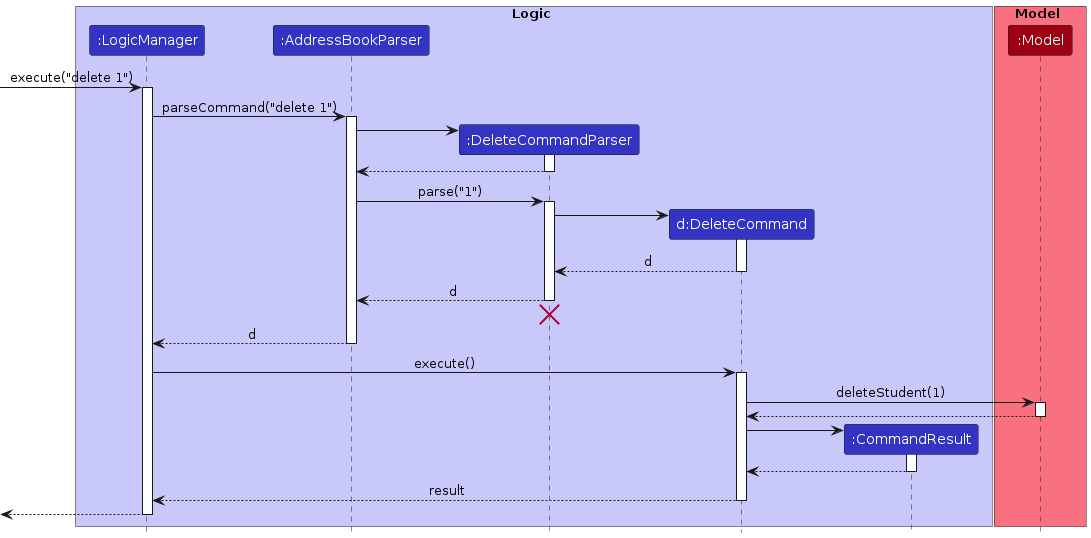
Before: docs/images/DeleteSequenceDiagram.png, a diagram exported from PlantUML (nus-cs2103-AY2223S1/tp).
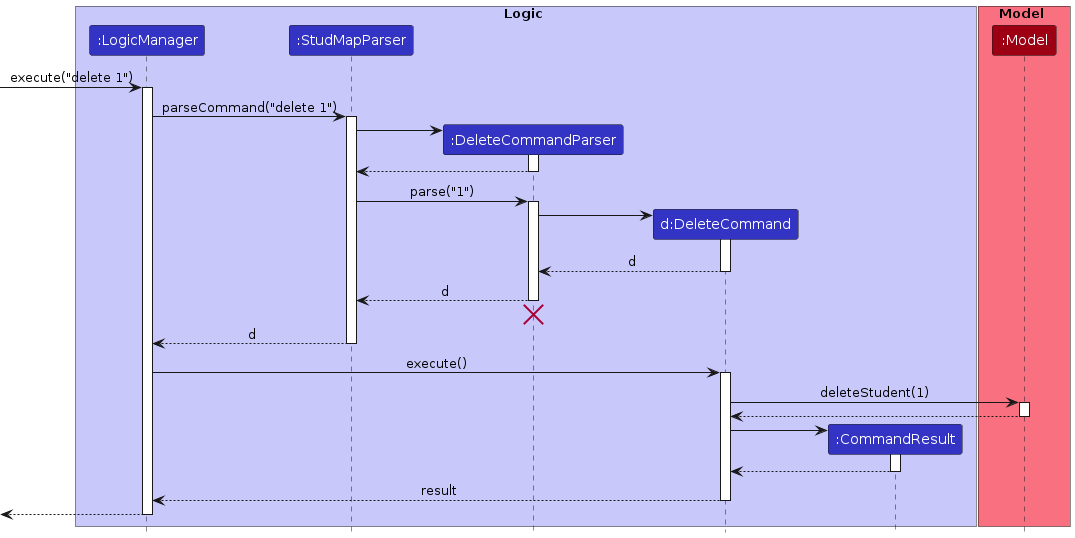
After the commit.

The edit, as a diff of the source:
```diff
@@ -3,7 +3,7 @@
 
 box Logic LOGIC_COLOR_T1
 participant ":LogicManager" as LogicManager LOGIC_COLOR
-participant ":AddressBookParser" as AddressBookParser LOGIC_COLOR
+participant ":StudMapParser" as StudMapParser LOGIC_COLOR
 participant ":DeleteCommandParser" as DeleteCommandParser LOGIC_COLOR
 participant "d:DeleteCommand" as DeleteCommand LOGIC_COLOR
 participant ":CommandResult" as CommandResult LOGIC_COLOR
@@ -16,17 +16,17 @@
 [-> LogicManager : execute("delete 1")
 activate LogicManager
 
-LogicManager -> AddressBookParser : parseCommand("delete 1")
-activate AddressBookParser
+LogicManager -> StudMapParser : parseCommand("delete 1")
+activate StudMapParser
 
 create DeleteCommandParser
-AddressBookParser -> DeleteCommandParser
+StudMapParser -> DeleteCommandParser
 activate DeleteCommandParser
 
-DeleteCommandParser --> AddressBookParser
+DeleteCommandParser --> StudMapParser
 deactivate DeleteCommandParser
 
-AddressBookParser -> DeleteCommandParser : parse("1")
+StudMapParser -> DeleteCommandParser : parse("1")
 activate DeleteCommandParser
 
 create DeleteCommand
@@ -36,13 +36,13 @@
 DeleteCommand --> DeleteCommandParser : d
 deactivate DeleteCommand
 
-DeleteCommandParser --> AddressBookParser : d
+DeleteCommandParser --> StudMapParser : d
 deactivate DeleteCommandParser
-DeleteCommandParser -[hidden]-> AddressBookParser
+DeleteCommandParser -[hidden]-> StudMapParser
 destroy DeleteCommandParser
 
-AddressBookParser --> LogicManager : d
-deactivate AddressBookParser
+StudMapParser --> LogicManager : d
+deactivate StudMapParser
 
 LogicManager -> DeleteCommand : execute()
 activate DeleteCommand
```
